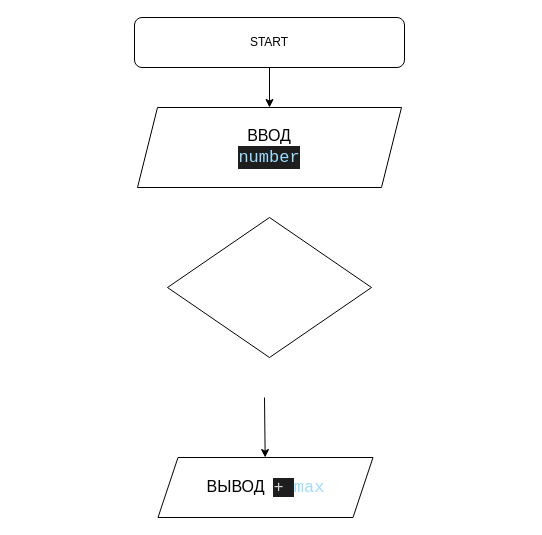
SquierStream/geek-brains-squier keeps this draw.io diagram as lesson01/Task06/scheme.drawio. Above is the earlier version. Source tidied: cells renumbered, new cells numbered last; positions are measured from the earlier drawing's top-left corner, leaving out a move shared by most shapes. Both pictures are drawn from the tidied source at 100%, with x=0, y=0 at pixel (134, 17).
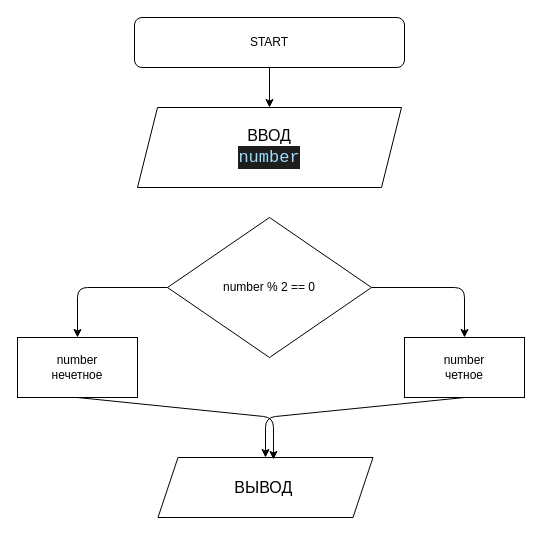
The same diagram, later.

The edit, as a diff of the source:
```diff
@@
 <mxGraphModel>
   <root>
     <mxCell id="0" />
     <mxCell id="1" parent="0" />
     <mxCell id="2" style="edgeStyle=none;html=1;exitX=0.5;exitY=1;exitDx=0;exitDy=0;entryX=0.5;entryY=0;entryDx=0;entryDy=0;fontSize=16;" parent="1" edge="1" source="3" target="4">
       <mxGeometry relative="1" as="geometry" />
     </mxCell>
     <mxCell id="3" value="START" style="rounded=1;whiteSpace=wrap;html=1;" parent="1" vertex="1">
       <mxGeometry width="270" height="50" as="geometry" />
     </mxCell>
     <mxCell id="4" value="&lt;div style=&quot;font-size: 16px&quot;&gt;ВВОД&lt;br&gt;&lt;div style=&quot;color: rgb(212 , 212 , 212) ; background-color: rgb(30 , 30 , 30) ; font-family: &amp;#34;consolas&amp;#34; , &amp;#34;courier new&amp;#34; , monospace ; font-size: 17px ; line-height: 23px&quot;&gt;&lt;span style=&quot;color: #9cdcfe&quot;&gt;number&lt;/span&gt;&lt;/div&gt;&lt;/div&gt;" style="shape=parallelogram;perimeter=parallelogramPerimeter;whiteSpace=wrap;html=1;fixedSize=1;" parent="1" vertex="1">
       <mxGeometry x="3" y="90" width="264" height="80" as="geometry" />
     </mxCell>
-    <mxCell id="5" value="&lt;p&gt;ВЫВОД&amp;nbsp;&amp;nbsp;&lt;span style=&quot;background-color: rgb(30 , 30 , 30) ; color: rgb(212 , 212 , 212) ; font-family: &amp;#34;consolas&amp;#34; , &amp;#34;courier new&amp;#34; , monospace ; font-size: 17px&quot;&gt;+ &lt;/span&gt;&lt;span style=&quot;font-family: &amp;#34;consolas&amp;#34; , &amp;#34;courier new&amp;#34; , monospace ; font-size: 17px ; color: rgb(156 , 220 , 254)&quot;&gt;max&lt;/span&gt;&lt;/p&gt;" style="shape=parallelogram;perimeter=parallelogramPerimeter;whiteSpace=wrap;html=1;fixedSize=1;fontSize=16;" parent="1" vertex="1">
+    <mxCell id="5" value="&lt;p&gt;ВЫВОД&amp;nbsp;&lt;/p&gt;" style="shape=parallelogram;perimeter=parallelogramPerimeter;whiteSpace=wrap;html=1;fixedSize=1;fontSize=16;" parent="1" vertex="1">
       <mxGeometry x="23.5" y="440" width="215" height="60" as="geometry" />
     </mxCell>
-    <mxCell id="6" style="edgeStyle=none;html=1;exitX=0.5;exitY=1;exitDx=0;exitDy=0;" parent="1" edge="1" target="5">
-      <mxGeometry relative="1" as="geometry">
-        <mxPoint x="130" y="380" as="sourcePoint" />
-      </mxGeometry>
-    </mxCell>
+    <mxCell id="8" style="edgeStyle=none;html=1;exitX=0;exitY=0.5;exitDx=0;exitDy=0;entryX=0.5;entryY=0;entryDx=0;entryDy=0;" parent="1" edge="1" source="7" target="11">
+      <mxGeometry relative="1" as="geometry">
+        <Array as="points">
+          <mxPoint x="-57" y="270" />
+        </Array>
+      </mxGeometry>
+    </mxCell>
+    <mxCell id="9" style="edgeStyle=none;html=1;exitX=1;exitY=0.5;exitDx=0;exitDy=0;entryX=0.5;entryY=0;entryDx=0;entryDy=0;" parent="1" edge="1" source="7" target="13">
+      <mxGeometry relative="1" as="geometry">
+        <Array as="points">
+          <mxPoint x="330" y="270" />
+        </Array>
+      </mxGeometry>
+    </mxCell>
-    <mxCell id="7" style="rhombus;whiteSpace=wrap;html=1;" parent="1" vertex="1">
+    <mxCell id="7" value="number % 2 == 0" style="rhombus;whiteSpace=wrap;html=1;" parent="1" vertex="1">
       <mxGeometry x="33" y="200" width="204" height="140" as="geometry" />
     </mxCell>
+    <mxCell id="10" style="edgeStyle=none;html=1;exitX=0.5;exitY=1;exitDx=0;exitDy=0;entryX=0.537;entryY=0.033;entryDx=0;entryDy=0;entryPerimeter=0;" parent="1" edge="1" source="11" target="5">
+      <mxGeometry relative="1" as="geometry">
+        <Array as="points">
+          <mxPoint x="139" y="400" />
+        </Array>
+      </mxGeometry>
+    </mxCell>
+    <mxCell id="11" value="number&lt;br&gt;нечетное" style="rounded=0;whiteSpace=wrap;html=1;" parent="1" vertex="1">
+      <mxGeometry x="-117" y="320" width="120" height="60" as="geometry" />
+    </mxCell>
+    <mxCell id="12" style="edgeStyle=none;html=1;exitX=0.5;exitY=1;exitDx=0;exitDy=0;entryX=0.5;entryY=0;entryDx=0;entryDy=0;" parent="1" edge="1" source="13" target="5">
+      <mxGeometry relative="1" as="geometry">
+        <Array as="points">
+          <mxPoint x="131" y="400" />
+        </Array>
+      </mxGeometry>
+    </mxCell>
+    <mxCell id="13" value="number&lt;br&gt;четное" style="rounded=0;whiteSpace=wrap;html=1;" parent="1" vertex="1">
+      <mxGeometry x="270" y="320" width="120" height="60" as="geometry" />
+    </mxCell>
   </root>
 </mxGraphModel>
```
